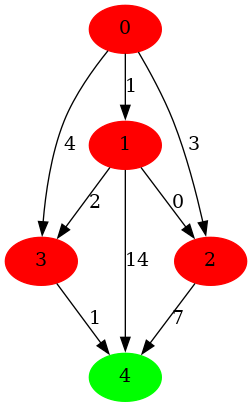
Les-Alchimistes-Labs/AlgorithmVisualizer keeps this Graphviz diagram as algorithm_visualizer/src/save/tmp/dicgraph.png. Above is the earlier version. Its source is kept beside it as algorithm_visualizer/src/save/tmp/dicgraph.dot.
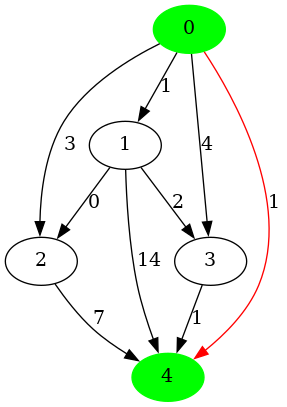
After the commit.

The edit, as a diff of the source:
```diff
@@ -2,14 +2,15 @@
 n0->n1 [label = 1] // 0 1 1
 n0->n2 [label = 3] // 0 2 3
 n0->n3 [label = 4] // 0 3 4
+n0->n4 [label = 1 ,color = red] // 0 4 1
 n1->n2 [label = 0] // 1 2 0
 n1->n3 [label = 2] // 1 3 2
 n1->n4 [label = 14] // 1 4 14
 n2->n4 [label = 7] // 2 4 7
 n3->n4 [label = 1] // 3 4 1
-n0 [label="0", style = filled , color = red ]
-n1 [label="1", style = filled , color = red ]
-n2 [label="2", style = filled , color = red ]
-n3 [label="3", style = filled , color = red ]
+n0 [label="0", style = filled , color = green ]
+n1 [label="1"]
+n2 [label="2"]
+n3 [label="3"]
 n4 [label="4", style = filled , color = green ]
 }
```
